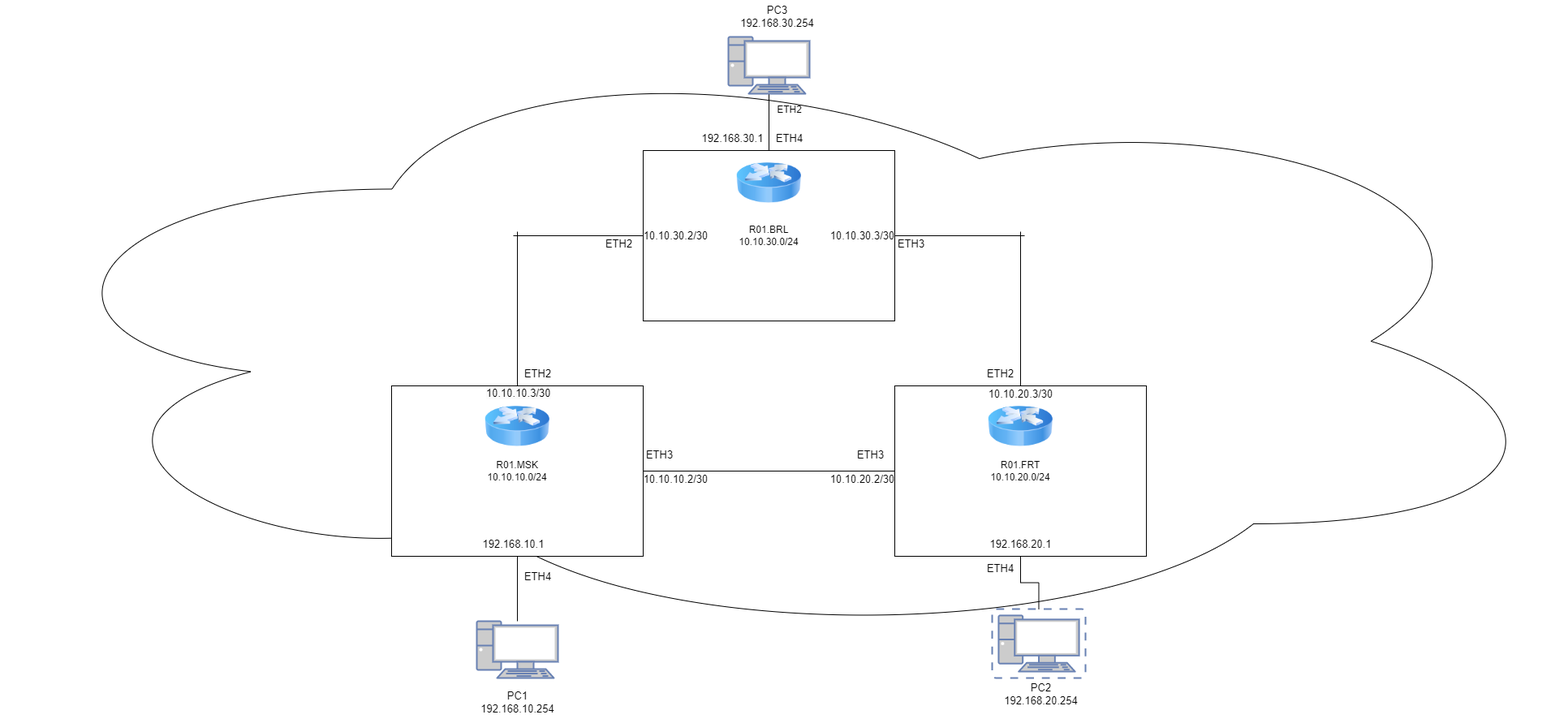
DimbikeY/2022_2023-introduction_in_routing-k33212_dolmatov_d_a keeps this draw.io diagram as lab2/lab_2_scheme.png. Above is the earlier version. Source tidied: cells renumbered, new cells last; positions are measured from the earlier drawing's top-left corner, leaving out a move shared by most shapes.
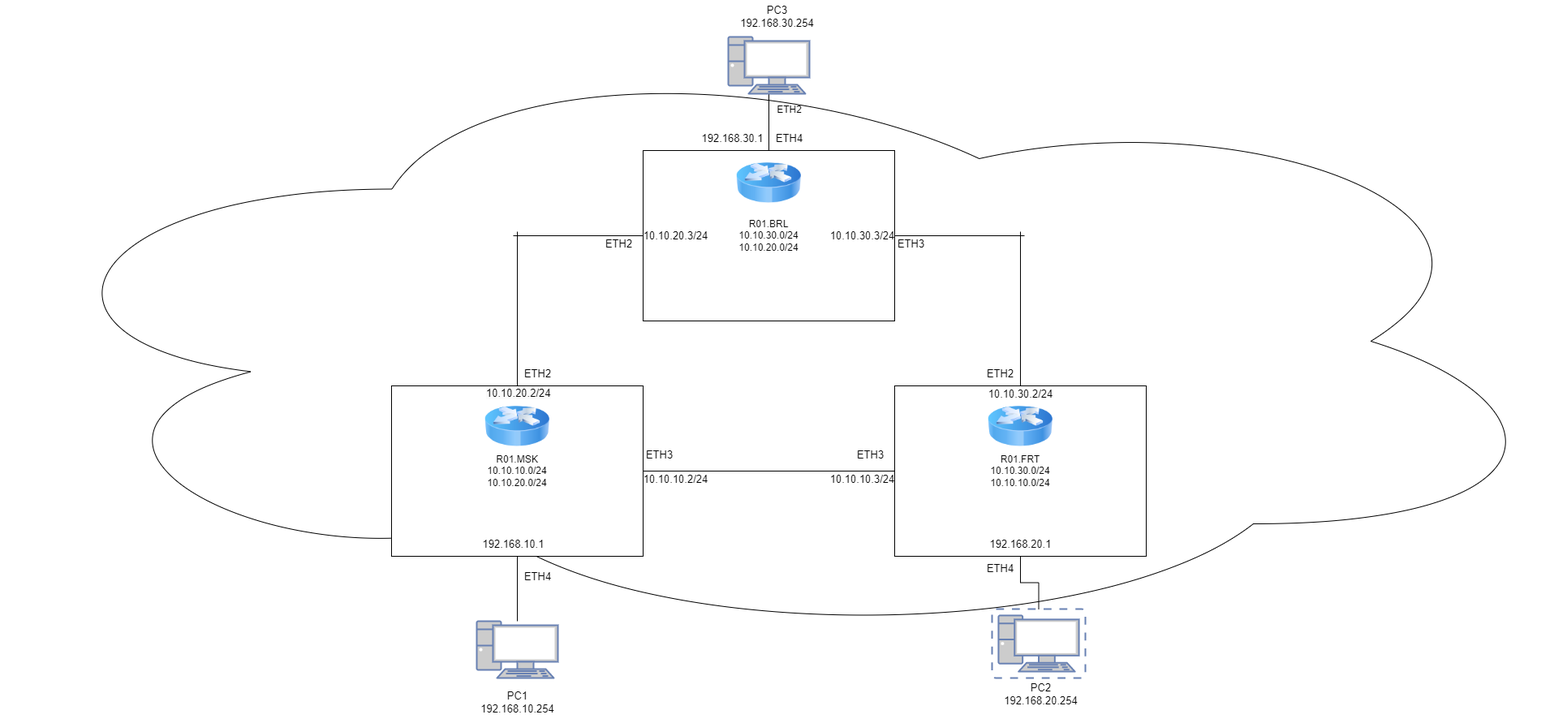
The same diagram one commit later.

Diff of the diagram source:
```diff
@@ -20,7 +20,7 @@
         <mxPoint x="1262" y="290" as="targetPoint" />
       </mxGeometry>
     </mxCell>
-    <mxCell id="6" value="R01.BRL&lt;br&gt;10.10.30.0/24" style="rounded=0;whiteSpace=wrap;html=1;" parent="1" vertex="1">
+    <mxCell id="6" value="R01.BRL&lt;br&gt;10.10.30.0/24&lt;br&gt;10.10.20.0/24" style="rounded=0;whiteSpace=wrap;html=1;" parent="1" vertex="1">
       <mxGeometry x="792" y="185" width="310" height="210" as="geometry" />
     </mxCell>
     <mxCell id="7" style="edgeStyle=orthogonalEdgeStyle;rounded=0;jettySize=auto;html=1;endArrow=none;endFill=0;" parent="1" edge="1" source="10">
@@ -34,7 +34,7 @@
     <mxCell id="9" style="edgeStyle=orthogonalEdgeStyle;rounded=0;jettySize=auto;html=1;fontSize=13;endArrow=none;endFill=0;" parent="1" edge="1" source="10" target="14">
       <mxGeometry relative="1" as="geometry" />
     </mxCell>
-    <mxCell id="10" value="R01.MSK&lt;br&gt;10.10.10.0/24" style="rounded=0;whiteSpace=wrap;html=1;" parent="1" vertex="1">
+    <mxCell id="10" value="R01.MSK&lt;br&gt;10.10.10.0/24&lt;br&gt;10.10.20.0/24" style="rounded=0;whiteSpace=wrap;html=1;" parent="1" vertex="1">
       <mxGeometry x="482" y="475" width="310" height="210" as="geometry" />
     </mxCell>
     <mxCell id="11" style="edgeStyle=orthogonalEdgeStyle;rounded=0;jettySize=auto;html=1;endArrow=none;endFill=0;" parent="1" edge="1" source="12">
@@ -42,7 +42,7 @@
         <mxPoint x="1257" y="285" as="targetPoint" />
       </mxGeometry>
     </mxCell>
-    <mxCell id="12" value="R01.FRT&lt;br&gt;10.10.20.0/24" style="rounded=0;whiteSpace=wrap;html=1;" parent="1" vertex="1">
+    <mxCell id="12" value="R01.FRT&lt;br&gt;10.10.30.0/24&lt;br&gt;10.10.10.0/24" style="rounded=0;whiteSpace=wrap;html=1;" parent="1" vertex="1">
       <mxGeometry x="1102" y="475" width="310" height="210" as="geometry" />
     </mxCell>
     <mxCell id="13" value="ETH2" style="text;html=1;align=center;verticalAlign=middle;strokeColor=none;fillColor=none;" parent="1" vertex="1">
@@ -108,28 +108,28 @@
     <mxCell id="33" value="192.168.10.1" style="text;html=1;align=center;verticalAlign=middle;strokeColor=none;fillColor=none;fontSize=13;" parent="1" vertex="1">
       <mxGeometry x="582" y="655" width="100" height="30" as="geometry" />
     </mxCell>
-    <mxCell id="34" value="10.10.10.2/30" style="text;html=1;align=center;verticalAlign=middle;strokeColor=none;fillColor=none;fontSize=13;" parent="1" vertex="1">
+    <mxCell id="34" value="10.10.10.2/24" style="text;html=1;align=center;verticalAlign=middle;strokeColor=none;fillColor=none;fontSize=13;" parent="1" vertex="1">
       <mxGeometry x="782" y="575" width="100" height="30" as="geometry" />
     </mxCell>
-    <mxCell id="35" value="10.10.20.2/30" style="text;html=1;align=center;verticalAlign=middle;strokeColor=none;fillColor=none;fontSize=13;" parent="1" vertex="1">
+    <mxCell id="35" value="10.10.10.3/24" style="text;html=1;align=center;verticalAlign=middle;strokeColor=none;fillColor=none;fontSize=13;" parent="1" vertex="1">
       <mxGeometry x="1012" y="575" width="100" height="30" as="geometry" />
     </mxCell>
     <mxCell id="36" value="192.168.20.1" style="text;html=1;align=center;verticalAlign=middle;strokeColor=none;fillColor=none;fontSize=13;" parent="1" vertex="1">
       <mxGeometry x="1207" y="655" width="100" height="30" as="geometry" />
     </mxCell>
-    <mxCell id="37" value="10.10.20.3/30" style="text;html=1;align=center;verticalAlign=middle;strokeColor=none;fillColor=none;fontSize=13;" parent="1" vertex="1">
+    <mxCell id="37" value="10.10.30.2/24" style="text;html=1;align=center;verticalAlign=middle;strokeColor=none;fillColor=none;fontSize=13;" parent="1" vertex="1">
       <mxGeometry x="1207" y="470" width="100" height="30" as="geometry" />
     </mxCell>
-    <mxCell id="38" value="&lt;span style=&quot;color: rgb(0, 0, 0); font-family: Helvetica; font-size: 13px; font-style: normal; font-variant-ligatures: normal; font-variant-caps: normal; font-weight: 400; letter-spacing: normal; orphans: 2; text-align: center; text-indent: 0px; text-transform: none; widows: 2; word-spacing: 0px; -webkit-text-stroke-width: 0px; background-color: rgb(251, 251, 251); text-decoration-thickness: initial; text-decoration-style: initial; text-decoration-color: initial; float: none; display: inline !important;&quot;&gt;10.10.10.3/30&lt;/span&gt;" style="text;whiteSpace=wrap;html=1;fontSize=13;" parent="1" vertex="1">
+    <mxCell id="38" value="&lt;span style=&quot;color: rgb(0, 0, 0); font-family: Helvetica; font-size: 13px; font-style: normal; font-variant-ligatures: normal; font-variant-caps: normal; font-weight: 400; letter-spacing: normal; orphans: 2; text-align: center; text-indent: 0px; text-transform: none; widows: 2; word-spacing: 0px; -webkit-text-stroke-width: 0px; background-color: rgb(251, 251, 251); text-decoration-thickness: initial; text-decoration-style: initial; text-decoration-color: initial; float: none; display: inline !important;&quot;&gt;10.10.20.2/24&lt;/span&gt;" style="text;whiteSpace=wrap;html=1;fontSize=13;" parent="1" vertex="1">
       <mxGeometry x="597" y="470" width="100" height="40" as="geometry" />
     </mxCell>
     <mxCell id="39" value="192.168.30.1" style="text;html=1;align=center;verticalAlign=middle;strokeColor=none;fillColor=none;fontSize=13;" parent="1" vertex="1">
       <mxGeometry x="852" y="155" width="100" height="30" as="geometry" />
     </mxCell>
-    <mxCell id="40" value="10.10.30.2/30" style="text;html=1;align=center;verticalAlign=middle;strokeColor=none;fillColor=none;fontSize=13;" parent="1" vertex="1">
+    <mxCell id="40" value="10.10.20.3/24" style="text;html=1;align=center;verticalAlign=middle;strokeColor=none;fillColor=none;fontSize=13;" parent="1" vertex="1">
       <mxGeometry x="782" y="275" width="100" height="30" as="geometry" />
     </mxCell>
-    <mxCell id="41" value="10.10.30.3/30" style="text;html=1;align=center;verticalAlign=middle;strokeColor=none;fillColor=none;fontSize=13;" parent="1" vertex="1">
+    <mxCell id="41" value="10.10.30.3/24" style="text;html=1;align=center;verticalAlign=middle;strokeColor=none;fillColor=none;fontSize=13;" parent="1" vertex="1">
       <mxGeometry x="1012" y="275" width="100" height="30" as="geometry" />
     </mxCell>
   </root>
```
